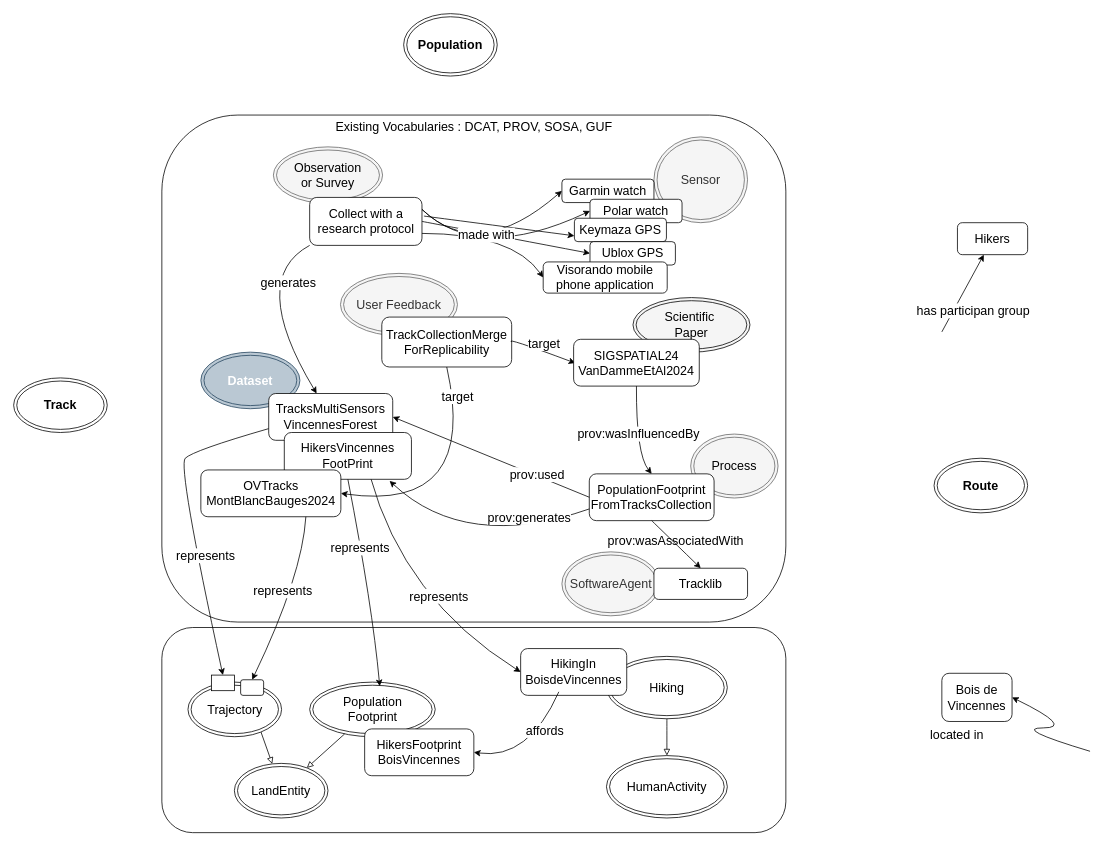
Above: page "Schéma 2 article" (3 of 3) of docs/diagrams/model_KG.drawio in IntForOut/outdoorPressure (draw.io), before the change. Source tidied: cells renumbered, new cells numbered last; positions are measured from the earlier drawing's top-left corner, leaving out a move shared by most shapes. Both pictures are drawn from the tidied source at 78%, with x=0, y=0 at pixel (13, 13).
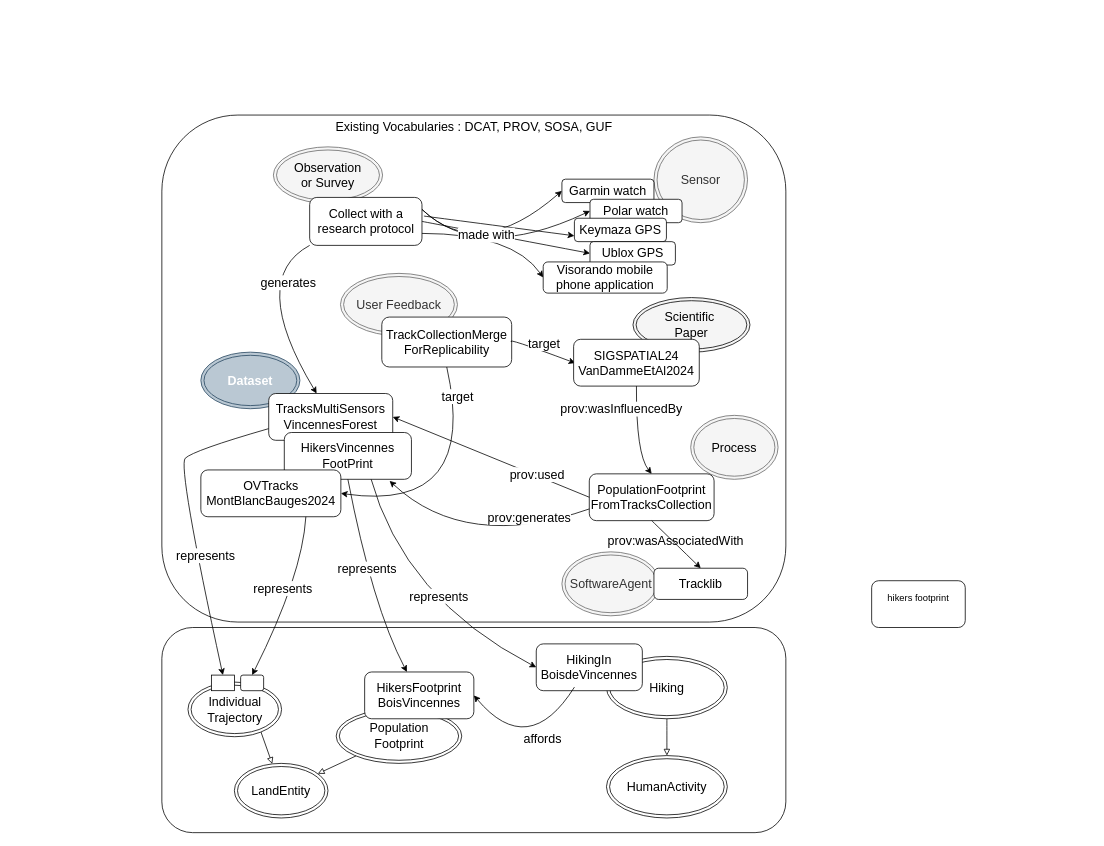
After the change.

The change refers to these unchanged cells:
```xml
<mxCell id="26" style="endArrow=classic;html=1;rounded=0;exitX=0.5;exitY=1;exitDx=0;exitDy=0;entryX=0.5;entryY=0;entryDx=0;entryDy=0;curved=1;fontSize=16;" parent="1" edge="1" source="34" target="12">
  <mxGeometry relative="1" as="geometry">
    <Array as="points">
      <mxPoint x="798" y="565" />
    </Array>
  </mxGeometry>
</mxCell>
<mxCell id="56" value="&lt;div&gt;&lt;font&gt;HikersVincennes&lt;/font&gt;&lt;/div&gt;&lt;div&gt;&lt;font&gt;FootPrint&lt;/font&gt;&lt;/div&gt;" style="rounded=1;whiteSpace=wrap;html=1;strokeColor=#000000;strokeWidth=1;fontSize=16;" parent="1" vertex="1">
  <mxGeometry x="347" y="537" width="163" height="60" as="geometry" />
</mxCell>
<mxCell id="57" style="endArrow=classic;html=1;rounded=0;curved=1;exitX=0.36;exitY=0.924;exitDx=0;exitDy=0;entryX=1;entryY=0.5;entryDx=0;entryDy=0;fontSize=16;exitPerimeter=0;" parent="1" edge="1" source="45" target="60">
  <mxGeometry relative="1" as="geometry">
    <Array as="points">
      <mxPoint x="660" y="957" />
    </Array>
  </mxGeometry>
</mxCell>
```

The edit, as a diff of the source:
```diff
@@
     <mxCell id="7" value="&lt;div&gt;Population&lt;/div&gt;&lt;div&gt;Footprint&lt;/div&gt;" style="ellipse;shape=doubleEllipse;whiteSpace=wrap;html=1;fontSize=16;" parent="1" vertex="1">
-      <mxGeometry x="379.5" y="857" width="161" height="70" as="geometry" />
+      <mxGeometry x="413.5" y="891.2" width="161" height="70" as="geometry" />
     </mxCell>
@@
     <mxCell id="10" value="&lt;span style=&quot;color: rgb(0, 0, 0);&quot;&gt;Process&lt;/span&gt;" style="ellipse;shape=doubleEllipse;whiteSpace=wrap;html=1;fontSize=16;fillColor=#f5f5f5;fontColor=#333333;strokeColor=#666666;" parent="1" vertex="1">
-      <mxGeometry x="868" y="539" width="112" height="82" as="geometry" />
+      <mxGeometry x="868" y="515" width="112" height="82" as="geometry" />
     </mxCell>
@@
     <mxCell id="27" value="&lt;font&gt;prov:wasInfluencedBy&lt;/font&gt;" style="edgeLabel;html=1;align=center;verticalAlign=middle;fontSize=16;" parent="26" vertex="1">
       <mxGeometry x="-0.18" y="-1" relative="1" as="geometry">
-        <mxPoint x="3" y="12" as="offset" />
+        <mxPoint x="-19" y="-20" as="offset" />
       </mxGeometry>
     </mxCell>
@@
-    <mxCell id="35" value="&lt;b&gt;Population&lt;/b&gt;" style="ellipse;shape=doubleEllipse;whiteSpace=wrap;html=1;fontSize=16;" parent="1" vertex="1">
-      <mxGeometry x="500" width="120" height="80" as="geometry" />
-    </mxCell>
@@
-    <mxCell id="44" value="&lt;font&gt;Hikers&lt;/font&gt;" style="rounded=1;whiteSpace=wrap;html=1;fontSize=16;" parent="1" vertex="1">
-      <mxGeometry x="1210" y="268" width="90" height="41" as="geometry" />
-    </mxCell>
     <mxCell id="45" value="&lt;div&gt;HikingIn&lt;/div&gt;&lt;div&gt;BoisdeVincennes&lt;/div&gt;" style="rounded=1;whiteSpace=wrap;html=1;fontSize=16;" parent="1" vertex="1">
-      <mxGeometry x="650" y="814" width="136" height="60" as="geometry" />
+      <mxGeometry x="670" y="808" width="136" height="60" as="geometry" />
     </mxCell>
-    <mxCell id="46" value="&lt;font&gt;Bois de Vincennes&lt;/font&gt;" style="rounded=1;whiteSpace=wrap;html=1;fontSize=16;" parent="1" vertex="1">
-      <mxGeometry x="1190" y="845.7" width="90" height="61.8" as="geometry" />
-    </mxCell>
-    <mxCell id="47" style="endArrow=classic;html=1;rounded=0;curved=1;entryX=1;entryY=0.5;entryDx=0;entryDy=0;fontSize=16;" parent="1" edge="1" target="46">
-      <mxGeometry relative="1" as="geometry">
-        <mxPoint x="1380" y="945.7" as="sourcePoint" />
-        <Array as="points">
-          <mxPoint x="1280" y="915.7" />
-          <mxPoint x="1360" y="915.7" />
-        </Array>
-      </mxGeometry>
-    </mxCell>
@@
-    <mxCell id="58" value="&lt;font&gt;located in&lt;/font&gt;" style="edgeLabel;html=1;align=center;verticalAlign=middle;fontSize=16;" parent="57" vertex="1">
-      <mxGeometry x="-0.46" y="2" relative="1" as="geometry">
-        <mxPoint x="526" y="12" as="offset" />
-      </mxGeometry>
-    </mxCell>
@@
     <mxCell id="60" value="&lt;div&gt;HikersFootprint&lt;/div&gt;&lt;div&gt;BoisVincennes&lt;/div&gt;" style="rounded=1;whiteSpace=wrap;html=1;fontSize=16;" parent="1" vertex="1">
-      <mxGeometry x="450" y="917" width="140" height="60" as="geometry" />
+      <mxGeometry x="450" y="844" width="140" height="60" as="geometry" />
     </mxCell>
-    <mxCell id="61" style="endArrow=classic;html=1;rounded=0;fontSize=16;" parent="1" edge="1" target="44">
-      <mxGeometry relative="1" as="geometry">
-        <mxPoint x="1190" y="408" as="sourcePoint" />
-      </mxGeometry>
-    </mxCell>
-    <mxCell id="62" value="&lt;font&gt;has participan group&lt;/font&gt;" style="edgeLabel;html=1;align=center;verticalAlign=middle;fontSize=16;" parent="61" vertex="1">
-      <mxGeometry x="-0.38" relative="1" as="geometry">
-        <mxPoint x="23" y="3" as="offset" />
-      </mxGeometry>
-    </mxCell>
-    <mxCell id="63" style="endArrow=classic;html=1;rounded=0;entryX=0.558;entryY=0.075;entryDx=0;entryDy=0;entryPerimeter=0;fontSize=16;curved=1;exitX=0.5;exitY=1;exitDx=0;exitDy=0;" parent="1" edge="1" source="56" target="7">
+    <mxCell id="63" style="endArrow=classic;html=1;rounded=0;fontSize=16;curved=1;exitX=0.5;exitY=1;exitDx=0;exitDy=0;" parent="1" edge="1" source="56" target="60">
       <mxGeometry relative="1" as="geometry">
         <Array as="points">
           <mxPoint x="460" y="760" />
         </Array>
       </mxGeometry>
     </mxCell>
     <mxCell id="64" value="&lt;font style=&quot;font-size: 16px;&quot;&gt;represents&lt;/font&gt;" style="edgeLabel;html=1;align=center;verticalAlign=middle;" parent="63" vertex="1">
       <mxGeometry x="-0.33" y="-2" relative="1" as="geometry">
-        <mxPoint y="-1" as="offset" />
+        <mxPoint x="9" y="29" as="offset" />
       </mxGeometry>
     </mxCell>
-    <mxCell id="65" value="&lt;b&gt;Track&lt;/b&gt;" style="ellipse;shape=doubleEllipse;whiteSpace=wrap;html=1;fontSize=16;" parent="1" vertex="1">
-      <mxGeometry y="467" width="120" height="70" as="geometry" />
-    </mxCell>
-    <mxCell id="66" value="&lt;b&gt;Route&lt;/b&gt;" style="ellipse;shape=doubleEllipse;whiteSpace=wrap;html=1;fontSize=16;" parent="1" vertex="1">
-      <mxGeometry x="1180" y="570" width="120" height="70" as="geometry" />
-    </mxCell>
-    <mxCell id="67" value="Trajectory" style="ellipse;shape=doubleEllipse;whiteSpace=wrap;html=1;fontSize=16;" parent="1" vertex="1">
+    <mxCell id="67" value="&lt;div&gt;Individual&lt;/div&gt;&lt;div&gt;Trajectory&lt;/div&gt;" style="ellipse;shape=doubleEllipse;whiteSpace=wrap;html=1;fontSize=16;" parent="1" vertex="1">
       <mxGeometry x="223.5" y="857" width="120" height="70" as="geometry" />
     </mxCell>
@@
     <mxCell id="75" style="rounded=1;whiteSpace=wrap;html=1;fontSize=16;" parent="1" vertex="1">
-      <mxGeometry x="291" y="854" width="29.5" height="20" as="geometry" />
+      <mxGeometry x="291" y="848" width="29.5" height="20" as="geometry" />
     </mxCell>
@@
+    <mxCell id="77" value="&lt;p align=&quot;justify&quot; style=&quot;line-height: 100%; margin-bottom: 0cm&quot;&gt;hikers footprint&lt;/p&gt;&lt;br&gt;&lt;div&gt;&lt;br&gt;&lt;/div&gt;" style="rounded=1;whiteSpace=wrap;html=1;" parent="1" vertex="1">
+      <mxGeometry x="1100" y="727" width="120" height="60" as="geometry" />
+    </mxCell>
```
